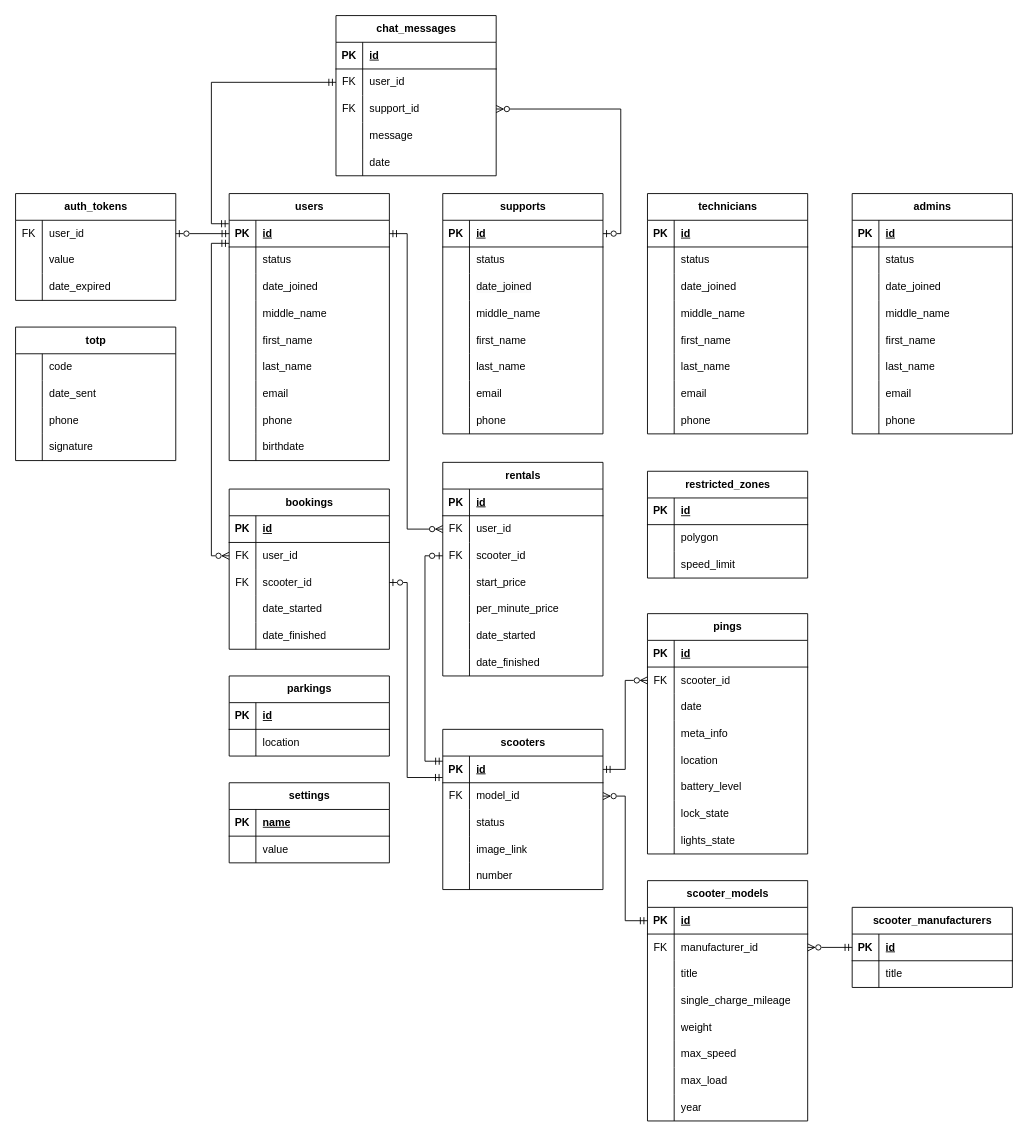
This is docs/inc/img/db.drawio from matveycodes/bmstu-db-cw, a draw.io file, before an edit. Source tidied: cells renumbered, new cells numbered last; positions are measured from the earlier drawing's top-left corner, leaving out a move shared by most shapes. Both pictures are drawn from the tidied source at 89%, with x=0, y=0 at pixel (15, 15).
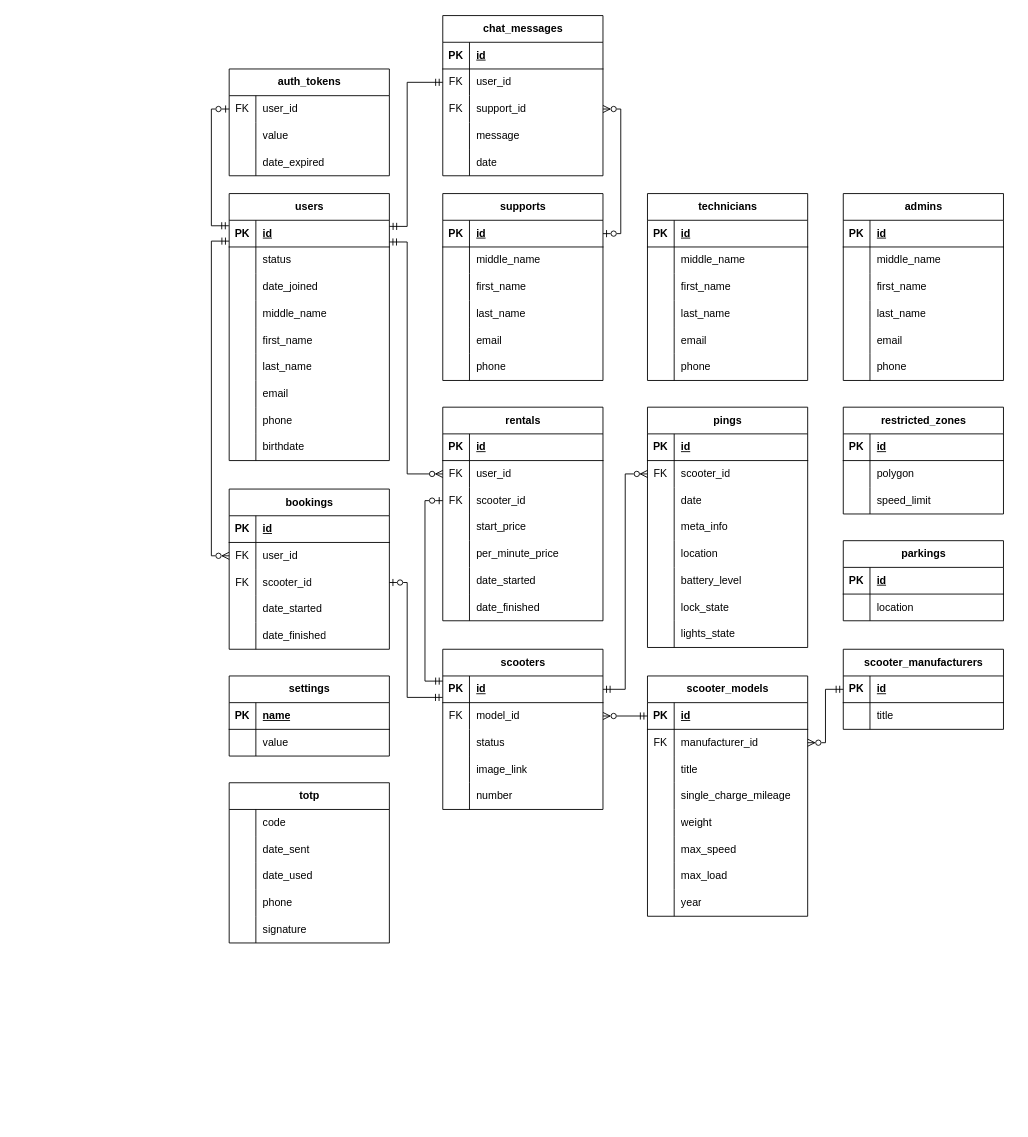
The same page after the edit.

The change refers to these unchanged cells:
```xml
<mxCell id="20" style="shape=tableRow;horizontal=0;startSize=0;swimlaneHead=0;swimlaneBody=0;fillColor=none;points=[[0,0.5],[1,0.5]];portConstraint=eastwest;top=0;left=0;right=0;bottom=1;" parent="19" vertex="1">
  <mxGeometry y="30" width="180" height="30" as="geometry" />
</mxCell>
<mxCell id="64" style="shape=tableRow;horizontal=0;startSize=0;swimlaneHead=0;swimlaneBody=0;fillColor=none;points=[[0,0.5],[1,0.5]];portConstraint=eastwest;top=0;left=0;right=0;bottom=0;" parent="60" vertex="1">
  <mxGeometry y="60" width="180" height="30" as="geometry" />
</mxCell>
<mxCell id="67" style="shape=tableRow;horizontal=0;startSize=0;swimlaneHead=0;swimlaneBody=0;fillColor=none;points=[[0,0.5],[1,0.5]];portConstraint=eastwest;top=0;left=0;right=0;bottom=0;" parent="60" vertex="1">
  <mxGeometry y="90" width="180" height="30" as="geometry" />
</mxCell>
<mxCell id="93" style="shape=tableRow;horizontal=0;startSize=0;swimlaneHead=0;swimlaneBody=0;fillColor=none;points=[[0,0.5],[1,0.5]];portConstraint=eastwest;top=0;left=0;right=0;bottom=0;" parent="89" vertex="1">
  <mxGeometry y="60" width="180" height="30" as="geometry" />
</mxCell>
<mxCell id="96" style="shape=tableRow;horizontal=0;startSize=0;swimlaneHead=0;swimlaneBody=0;fillColor=none;points=[[0,0.5],[1,0.5]];portConstraint=eastwest;top=0;left=0;right=0;bottom=0;" parent="89" vertex="1">
  <mxGeometry y="90" width="180" height="30" as="geometry" />
</mxCell>
<mxCell id="106" style="shape=tableRow;horizontal=0;startSize=0;swimlaneHead=0;swimlaneBody=0;fillColor=none;points=[[0,0.5],[1,0.5]];portConstraint=eastwest;top=0;left=0;right=0;bottom=1;" parent="105" vertex="1">
  <mxGeometry y="30" width="180" height="30" as="geometry" />
</mxCell>
<mxCell id="249" style="shape=tableRow;horizontal=0;startSize=0;swimlaneHead=0;swimlaneBody=0;fillColor=none;points=[[0,0.5],[1,0.5]];portConstraint=eastwest;top=0;left=0;right=0;bottom=0;" parent="245" vertex="1">
  <mxGeometry y="60" width="180" height="30" as="geometry" />
</mxCell>
<mxCell id="267" style="shape=tableRow;horizontal=0;startSize=0;swimlaneHead=0;swimlaneBody=0;fillColor=none;points=[[0,0.5],[1,0.5]];portConstraint=eastwest;top=0;left=0;right=0;bottom=0;" parent="266" vertex="1">
  <mxGeometry y="30" width="180" height="30" as="geometry" />
</mxCell>
```

What changed in the source:
```diff
@@
     <mxCell id="2" value="restricted_zones" style="shape=table;startSize=30;childLayout=tableLayout;rowLines=0;fontStyle=1;align=center;html=1;" parent="1" vertex="1">
-      <mxGeometry x="710" y="512" width="180" height="120" as="geometry" />
+      <mxGeometry x="930" y="440" width="180" height="120" as="geometry" />
     </mxCell>
@@
     <mxCell id="12" value="parkings" style="shape=table;startSize=30;childLayout=tableLayout;rowLines=0;fontStyle=1;align=center;html=1;" parent="1" vertex="1">
-      <mxGeometry x="240" y="742" width="180" height="90" as="geometry" />
+      <mxGeometry x="930" y="590" width="180" height="90" as="geometry" />
     </mxCell>
@@
     <mxCell id="19" value="scooters" style="shape=table;startSize=30;childLayout=tableLayout;rowLines=0;fontStyle=1;align=center;html=1;" parent="1" vertex="1">
-      <mxGeometry x="480" y="802" width="180" height="180" as="geometry" />
+      <mxGeometry x="480" y="712" width="180" height="180" as="geometry" />
     </mxCell>
@@
     <mxCell id="35" value="pings" style="shape=table;startSize=30;childLayout=tableLayout;rowLines=0;fontStyle=1;align=center;html=1;" parent="1" vertex="1">
-      <mxGeometry x="710" y="672" width="180" height="270" as="geometry" />
+      <mxGeometry x="710" y="440" width="180" height="270" as="geometry" />
     </mxCell>
@@
     <mxCell id="60" value="rentals" style="shape=table;startSize=30;childLayout=tableLayout;rowLines=0;fontStyle=1;align=center;html=1;" parent="1" vertex="1">
-      <mxGeometry x="480" y="502" width="180" height="240" as="geometry" />
+      <mxGeometry x="480" y="440" width="180" height="240" as="geometry" />
     </mxCell>
@@
     <mxCell id="82" value="settings" style="shape=table;startSize=30;childLayout=tableLayout;rowLines=0;fontStyle=1;align=center;html=1;" parent="1" vertex="1">
-      <mxGeometry x="240" y="862" width="180" height="90" as="geometry" />
+      <mxGeometry x="240" y="742" width="180" height="90" as="geometry" />
     </mxCell>
@@
     <mxCell id="133" value="scooter_manufacturers" style="shape=table;startSize=30;childLayout=tableLayout;rowLines=0;fontStyle=1;align=center;html=1;" parent="1" vertex="1">
-      <mxGeometry x="940" y="1002" width="180" height="90" as="geometry" />
+      <mxGeometry x="930" y="712" width="180" height="90" as="geometry" />
     </mxCell>
@@
     <mxCell id="140" value="scooter_models" style="shape=table;startSize=30;childLayout=tableLayout;rowLines=0;fontStyle=1;align=center;html=1;" parent="1" vertex="1">
-      <mxGeometry x="710" y="972" width="180" height="270" as="geometry" />
+      <mxGeometry x="710" y="742" width="180" height="270" as="geometry" />
     </mxCell>
@@
     <mxCell id="165" value="supports" style="shape=table;startSize=30;childLayout=tableLayout;rowLines=0;fontStyle=1;align=center;html=1;" parent="1" vertex="1">
-      <mxGeometry x="480" y="200" width="180" height="270" as="geometry" />
+      <mxGeometry x="480" y="200" width="180" height="210" as="geometry" />
     </mxCell>
@@
-    <mxCell id="169" style="shape=tableRow;horizontal=0;startSize=0;swimlaneHead=0;swimlaneBody=0;fillColor=none;top=0;left=0;right=0;bottom=0;" parent="165" vertex="1">
-      <mxGeometry y="60" width="180" height="30" as="geometry" />
-    </mxCell>
-    <mxCell id="170" style="shape=partialRectangle;fillColor=none;top=0;left=0;bottom=0;right=0;overflow=hidden;whiteSpace=wrap;html=1;" parent="169" vertex="1">
-      <mxGeometry width="30" height="30" as="geometry" />
-    </mxCell>
-    <mxCell id="171" value="status" style="shape=partialRectangle;fillColor=none;top=0;left=0;bottom=0;right=0;align=left;spacingLeft=6;overflow=hidden;whiteSpace=wrap;html=1;" parent="169" vertex="1">
-      <mxGeometry x="30" width="150" height="30" as="geometry" />
-    </mxCell>
-    <mxCell id="172" style="shape=tableRow;horizontal=0;startSize=0;swimlaneHead=0;swimlaneBody=0;fillColor=none;top=0;left=0;right=0;bottom=0;" parent="165" vertex="1">
-      <mxGeometry y="90" width="180" height="30" as="geometry" />
-    </mxCell>
-    <mxCell id="173" style="shape=partialRectangle;fillColor=none;top=0;left=0;bottom=0;right=0;overflow=hidden;whiteSpace=wrap;html=1;" parent="172" vertex="1">
-      <mxGeometry width="30" height="30" as="geometry" />
-    </mxCell>
-    <mxCell id="174" value="&lt;span style=&quot;color: rgb(0, 0, 0); font-family: Helvetica; font-size: 12px; font-style: normal; font-variant-ligatures: normal; font-variant-caps: normal; font-weight: 400; letter-spacing: normal; orphans: 2; text-align: left; text-indent: 0px; text-transform: none; widows: 2; word-spacing: 0px; -webkit-text-stroke-width: 0px; background-color: rgb(251, 251, 251); text-decoration-thickness: initial; text-decoration-style: initial; text-decoration-color: initial; float: none; display: inline !important;&quot;&gt;date_joined&lt;/span&gt;" style="shape=partialRectangle;fillColor=none;top=0;left=0;bottom=0;right=0;align=left;spacingLeft=6;overflow=hidden;whiteSpace=wrap;html=1;" parent="172" vertex="1">
-      <mxGeometry x="30" width="150" height="30" as="geometry" />
-    </mxCell>
     <mxCell id="175" style="shape=tableRow;horizontal=0;startSize=0;swimlaneHead=0;swimlaneBody=0;fillColor=none;top=0;left=0;right=0;bottom=0;" parent="165" vertex="1">
-      <mxGeometry y="120" width="180" height="30" as="geometry" />
+      <mxGeometry y="60" width="180" height="30" as="geometry" />
     </mxCell>
@@
     <mxCell id="178" style="shape=tableRow;horizontal=0;startSize=0;swimlaneHead=0;swimlaneBody=0;fillColor=none;top=0;left=0;right=0;bottom=0;" parent="165" vertex="1">
-      <mxGeometry y="150" width="180" height="30" as="geometry" />
+      <mxGeometry y="90" width="180" height="30" as="geometry" />
     </mxCell>
@@
     <mxCell id="181" style="shape=tableRow;horizontal=0;startSize=0;swimlaneHead=0;swimlaneBody=0;fillColor=none;top=0;left=0;right=0;bottom=0;" parent="165" vertex="1">
-      <mxGeometry y="180" width="180" height="30" as="geometry" />
+      <mxGeometry y="120" width="180" height="30" as="geometry" />
     </mxCell>
@@
     <mxCell id="184" style="shape=tableRow;horizontal=0;startSize=0;swimlaneHead=0;swimlaneBody=0;fillColor=none;top=0;left=0;right=0;bottom=0;" parent="165" vertex="1">
-      <mxGeometry y="210" width="180" height="30" as="geometry" />
+      <mxGeometry y="150" width="180" height="30" as="geometry" />
     </mxCell>
@@
     <mxCell id="187" style="shape=tableRow;horizontal=0;startSize=0;swimlaneHead=0;swimlaneBody=0;fillColor=none;top=0;left=0;right=0;bottom=0;" parent="165" vertex="1">
-      <mxGeometry y="240" width="180" height="30" as="geometry" />
+      <mxGeometry y="180" width="180" height="30" as="geometry" />
     </mxCell>
@@
     <mxCell id="190" value="technicians" style="shape=table;startSize=30;childLayout=tableLayout;rowLines=0;fontStyle=1;align=center;html=1;" parent="1" vertex="1">
-      <mxGeometry x="710" y="200" width="180" height="270" as="geometry" />
+      <mxGeometry x="710" y="200" width="180" height="210" as="geometry" />
     </mxCell>
@@
-    <mxCell id="194" style="shape=tableRow;horizontal=0;startSize=0;swimlaneHead=0;swimlaneBody=0;fillColor=none;top=0;left=0;right=0;bottom=0;" parent="190" vertex="1">
-      <mxGeometry y="60" width="180" height="30" as="geometry" />
-    </mxCell>
-    <mxCell id="195" style="shape=partialRectangle;fillColor=none;top=0;left=0;bottom=0;right=0;overflow=hidden;whiteSpace=wrap;html=1;" parent="194" vertex="1">
-      <mxGeometry width="30" height="30" as="geometry" />
-    </mxCell>
-    <mxCell id="196" value="status" style="shape=partialRectangle;fillColor=none;top=0;left=0;bottom=0;right=0;align=left;spacingLeft=6;overflow=hidden;whiteSpace=wrap;html=1;" parent="194" vertex="1">
-      <mxGeometry x="30" width="150" height="30" as="geometry" />
-    </mxCell>
-    <mxCell id="197" style="shape=tableRow;horizontal=0;startSize=0;swimlaneHead=0;swimlaneBody=0;fillColor=none;top=0;left=0;right=0;bottom=0;" parent="190" vertex="1">
-      <mxGeometry y="90" width="180" height="30" as="geometry" />
-    </mxCell>
-    <mxCell id="198" style="shape=partialRectangle;fillColor=none;top=0;left=0;bottom=0;right=0;overflow=hidden;whiteSpace=wrap;html=1;" parent="197" vertex="1">
-      <mxGeometry width="30" height="30" as="geometry" />
-    </mxCell>
-    <mxCell id="199" value="date_joined" style="shape=partialRectangle;fillColor=none;top=0;left=0;bottom=0;right=0;align=left;spacingLeft=6;overflow=hidden;whiteSpace=wrap;html=1;" parent="197" vertex="1">
-      <mxGeometry x="30" width="150" height="30" as="geometry" />
-    </mxCell>
     <mxCell id="200" style="shape=tableRow;horizontal=0;startSize=0;swimlaneHead=0;swimlaneBody=0;fillColor=none;top=0;left=0;right=0;bottom=0;" parent="190" vertex="1">
-      <mxGeometry y="120" width="180" height="30" as="geometry" />
+      <mxGeometry y="60" width="180" height="30" as="geometry" />
     </mxCell>
@@
     <mxCell id="203" style="shape=tableRow;horizontal=0;startSize=0;swimlaneHead=0;swimlaneBody=0;fillColor=none;top=0;left=0;right=0;bottom=0;" parent="190" vertex="1">
-      <mxGeometry y="150" width="180" height="30" as="geometry" />
+      <mxGeometry y="90" width="180" height="30" as="geometry" />
     </mxCell>
@@
     <mxCell id="206" style="shape=tableRow;horizontal=0;startSize=0;swimlaneHead=0;swimlaneBody=0;fillColor=none;top=0;left=0;right=0;bottom=0;" parent="190" vertex="1">
-      <mxGeometry y="180" width="180" height="30" as="geometry" />
+      <mxGeometry y="120" width="180" height="30" as="geometry" />
     </mxCell>
@@
     <mxCell id="209" style="shape=tableRow;horizontal=0;startSize=0;swimlaneHead=0;swimlaneBody=0;fillColor=none;top=0;left=0;right=0;bottom=0;" parent="190" vertex="1">
-      <mxGeometry y="210" width="180" height="30" as="geometry" />
+      <mxGeometry y="150" width="180" height="30" as="geometry" />
     </mxCell>
@@
     <mxCell id="212" style="shape=tableRow;horizontal=0;startSize=0;swimlaneHead=0;swimlaneBody=0;fillColor=none;top=0;left=0;right=0;bottom=0;" parent="190" vertex="1">
-      <mxGeometry y="240" width="180" height="30" as="geometry" />
+      <mxGeometry y="180" width="180" height="30" as="geometry" />
     </mxCell>
@@
     <mxCell id="215" value="admins" style="shape=table;startSize=30;childLayout=tableLayout;rowLines=0;fontStyle=1;align=center;html=1;" parent="1" vertex="1">
-      <mxGeometry x="940" y="200" width="180" height="270" as="geometry" />
+      <mxGeometry x="930" y="200" width="180" height="210" as="geometry" />
     </mxCell>
@@
-    <mxCell id="219" style="shape=tableRow;horizontal=0;startSize=0;swimlaneHead=0;swimlaneBody=0;fillColor=none;top=0;left=0;right=0;bottom=0;" parent="215" vertex="1">
-      <mxGeometry y="60" width="180" height="30" as="geometry" />
-    </mxCell>
-    <mxCell id="220" style="shape=partialRectangle;fillColor=none;top=0;left=0;bottom=0;right=0;overflow=hidden;whiteSpace=wrap;html=1;" parent="219" vertex="1">
-      <mxGeometry width="30" height="30" as="geometry" />
-    </mxCell>
-    <mxCell id="221" value="status" style="shape=partialRectangle;fillColor=none;top=0;left=0;bottom=0;right=0;align=left;spacingLeft=6;overflow=hidden;whiteSpace=wrap;html=1;" parent="219" vertex="1">
-      <mxGeometry x="30" width="150" height="30" as="geometry" />
-    </mxCell>
-    <mxCell id="222" style="shape=tableRow;horizontal=0;startSize=0;swimlaneHead=0;swimlaneBody=0;fillColor=none;top=0;left=0;right=0;bottom=0;" parent="215" vertex="1">
-      <mxGeometry y="90" width="180" height="30" as="geometry" />
-    </mxCell>
-    <mxCell id="223" style="shape=partialRectangle;fillColor=none;top=0;left=0;bottom=0;right=0;overflow=hidden;whiteSpace=wrap;html=1;" parent="222" vertex="1">
-      <mxGeometry width="30" height="30" as="geometry" />
-    </mxCell>
-    <mxCell id="224" value="date_joined" style="shape=partialRectangle;fillColor=none;top=0;left=0;bottom=0;right=0;align=left;spacingLeft=6;overflow=hidden;whiteSpace=wrap;html=1;" parent="222" vertex="1">
-      <mxGeometry x="30" width="150" height="30" as="geometry" />
-    </mxCell>
     <mxCell id="225" style="shape=tableRow;horizontal=0;startSize=0;swimlaneHead=0;swimlaneBody=0;fillColor=none;top=0;left=0;right=0;bottom=0;" parent="215" vertex="1">
-      <mxGeometry y="120" width="180" height="30" as="geometry" />
+      <mxGeometry y="60" width="180" height="30" as="geometry" />
     </mxCell>
@@
     <mxCell id="228" style="shape=tableRow;horizontal=0;startSize=0;swimlaneHead=0;swimlaneBody=0;fillColor=none;top=0;left=0;right=0;bottom=0;" parent="215" vertex="1">
-      <mxGeometry y="150" width="180" height="30" as="geometry" />
+      <mxGeometry y="90" width="180" height="30" as="geometry" />
     </mxCell>
@@
     <mxCell id="231" style="shape=tableRow;horizontal=0;startSize=0;swimlaneHead=0;swimlaneBody=0;fillColor=none;top=0;left=0;right=0;bottom=0;" parent="215" vertex="1">
-      <mxGeometry y="180" width="180" height="30" as="geometry" />
+      <mxGeometry y="120" width="180" height="30" as="geometry" />
     </mxCell>
@@
     <mxCell id="234" style="shape=tableRow;horizontal=0;startSize=0;swimlaneHead=0;swimlaneBody=0;fillColor=none;top=0;left=0;right=0;bottom=0;" parent="215" vertex="1">
-      <mxGeometry y="210" width="180" height="30" as="geometry" />
+      <mxGeometry y="150" width="180" height="30" as="geometry" />
     </mxCell>
@@
     <mxCell id="237" style="shape=tableRow;horizontal=0;startSize=0;swimlaneHead=0;swimlaneBody=0;fillColor=none;top=0;left=0;right=0;bottom=0;" parent="215" vertex="1">
-      <mxGeometry y="240" width="180" height="30" as="geometry" />
+      <mxGeometry y="180" width="180" height="30" as="geometry" />
     </mxCell>
@@
     <mxCell id="242" style="edgeStyle=orthogonalEdgeStyle;rounded=0;jettySize=auto;html=1;exitX=1;exitY=0.5;exitDx=0;exitDy=0;entryX=-0.001;entryY=0.804;entryDx=0;entryDy=0;endArrow=ERmandOne;endFill=0;startArrow=ERzeroToOne;startFill=0;entryPerimeter=0;" parent="1" edge="1" source="96" target="20">
       <mxGeometry relative="1" as="geometry">
         <Array as="points">
           <mxPoint x="440" y="637" />
-          <mxPoint x="440" y="856" />
+          <mxPoint x="440" y="766" />
         </Array>
       </mxGeometry>
     </mxCell>
-    <mxCell id="243" style="edgeStyle=orthogonalEdgeStyle;rounded=0;jettySize=auto;html=1;exitX=0;exitY=0.5;exitDx=0;exitDy=0;entryX=-0.001;entryY=0.864;entryDx=0;entryDy=0;endArrow=ERmandOne;endFill=0;startArrow=ERzeroToMany;startFill=0;entryPerimeter=0;" parent="1" edge="1" source="93" target="106">
+    <mxCell id="243" style="edgeStyle=orthogonalEdgeStyle;rounded=0;jettySize=auto;html=1;exitX=0;exitY=0.5;exitDx=0;exitDy=0;entryX=-0.001;entryY=0.781;entryDx=0;entryDy=0;endArrow=ERmandOne;endFill=0;startArrow=ERzeroToMany;startFill=0;entryPerimeter=0;" parent="1" edge="1" source="93" target="106">
       <mxGeometry relative="1" as="geometry" />
     </mxCell>
@@
     <mxCell id="245" value="chat_messages" style="shape=table;startSize=30;childLayout=tableLayout;rowLines=0;fontStyle=1;align=center;html=1;" parent="1" vertex="1">
-      <mxGeometry x="360" width="180" height="180" as="geometry" />
+      <mxGeometry x="480" width="180" height="180" as="geometry" />
     </mxCell>
@@
-    <mxCell id="261" style="edgeStyle=orthogonalEdgeStyle;rounded=0;jettySize=auto;html=1;exitX=0;exitY=0.5;exitDx=0;exitDy=0;entryX=-0.003;entryY=0.129;entryDx=0;entryDy=0;entryPerimeter=0;endArrow=ERmandOne;endFill=0;startArrow=ERmandOne;startFill=0;" parent="1" edge="1" source="249" target="106">
-      <mxGeometry relative="1" as="geometry" />
+    <mxCell id="261" style="edgeStyle=orthogonalEdgeStyle;rounded=0;jettySize=auto;html=1;exitX=0;exitY=0.5;exitDx=0;exitDy=0;entryX=1.001;entryY=0.229;entryDx=0;entryDy=0;entryPerimeter=0;endArrow=ERmandOne;endFill=0;startArrow=ERmandOne;startFill=0;" parent="1" edge="1" source="249" target="106">
+      <mxGeometry relative="1" as="geometry">
+        <Array as="points">
+          <mxPoint x="440" y="75" />
+          <mxPoint x="440" y="237" />
+        </Array>
+      </mxGeometry>
     </mxCell>
@@
     <mxCell id="263" style="edgeStyle=orthogonalEdgeStyle;rounded=0;jettySize=auto;html=1;exitX=0;exitY=0.5;exitDx=0;exitDy=0;entryX=0;entryY=0.193;entryDx=0;entryDy=0;entryPerimeter=0;endArrow=ERmandOne;endFill=0;startArrow=ERzeroToOne;startFill=0;" parent="1" edge="1" source="67" target="20">
       <mxGeometry relative="1" as="geometry">
         <Array as="points">
-          <mxPoint x="460" y="607" />
-          <mxPoint x="460" y="838" />
+          <mxPoint x="460" y="545" />
+          <mxPoint x="460" y="748" />
         </Array>
       </mxGeometry>
     </mxCell>
-    <mxCell id="264" style="edgeStyle=orthogonalEdgeStyle;rounded=0;jettySize=auto;html=1;exitX=1;exitY=0.5;exitDx=0;exitDy=0;entryX=0;entryY=0.5;entryDx=0;entryDy=0;startArrow=ERmandOne;startFill=0;endArrow=ERzeroToMany;endFill=0;" parent="1" edge="1" source="106" target="64">
+    <mxCell id="264" style="edgeStyle=orthogonalEdgeStyle;rounded=0;jettySize=auto;html=1;exitX=1;exitY=0.813;exitDx=0;exitDy=0;entryX=0;entryY=0.5;entryDx=0;entryDy=0;startArrow=ERmandOne;startFill=0;endArrow=ERzeroToMany;endFill=0;exitPerimeter=0;" parent="1" edge="1" source="106" target="64">
       <mxGeometry relative="1" as="geometry">
         <Array as="points">
-          <mxPoint x="440" y="245" />
-          <mxPoint x="440" y="577" />
+          <mxPoint x="440" y="254" />
+          <mxPoint x="440" y="515" />
         </Array>
       </mxGeometry>
     </mxCell>
-    <mxCell id="265" style="edgeStyle=orthogonalEdgeStyle;rounded=0;jettySize=auto;html=1;exitX=1;exitY=0.5;exitDx=0;exitDy=0;entryX=0;entryY=0.5;entryDx=0;entryDy=0;endArrow=ERmandOne;endFill=0;startArrow=ERzeroToOne;startFill=0;" parent="1" edge="1" source="267" target="106">
+    <mxCell id="265" style="edgeStyle=orthogonalEdgeStyle;rounded=0;jettySize=auto;html=1;exitX=0;exitY=0.5;exitDx=0;exitDy=0;entryX=-0.002;entryY=0.205;entryDx=0;entryDy=0;endArrow=ERmandOne;endFill=0;startArrow=ERzeroToOne;startFill=0;entryPerimeter=0;" parent="1" edge="1" source="267" target="106">
       <mxGeometry relative="1" as="geometry" />
     </mxCell>
     <mxCell id="266" value="auth_tokens" style="shape=table;startSize=30;childLayout=tableLayout;rowLines=0;fontStyle=1;align=center;html=1;" parent="1" vertex="1">
-      <mxGeometry y="200" width="180" height="120" as="geometry" />
+      <mxGeometry x="240" y="60" width="180" height="120" as="geometry" />
     </mxCell>
@@
     <mxCell id="276" value="totp" style="shape=table;startSize=30;childLayout=tableLayout;rowLines=0;fontStyle=1;align=center;html=1;" parent="1" vertex="1">
-      <mxGeometry y="350" width="180" height="150" as="geometry" />
+      <mxGeometry x="240" y="862" width="180" height="180" as="geometry" />
     </mxCell>
@@
+    <mxCell id="289" style="shape=tableRow;horizontal=0;startSize=0;swimlaneHead=0;swimlaneBody=0;fillColor=none;top=0;left=0;right=0;bottom=0;" parent="276" vertex="1">
+      <mxGeometry y="90" width="180" height="30" as="geometry" />
+    </mxCell>
+    <mxCell id="290" style="shape=partialRectangle;fillColor=none;top=0;left=0;bottom=0;right=0;overflow=hidden;whiteSpace=wrap;html=1;" parent="289" vertex="1">
+      <mxGeometry width="30" height="30" as="geometry" />
+    </mxCell>
+    <mxCell id="291" value="date_used" style="shape=partialRectangle;fillColor=none;top=0;left=0;bottom=0;right=0;align=left;spacingLeft=6;overflow=hidden;whiteSpace=wrap;html=1;" parent="289" vertex="1">
+      <mxGeometry x="30" width="150" height="30" as="geometry" />
+    </mxCell>
     <mxCell id="283" style="shape=tableRow;horizontal=0;startSize=0;swimlaneHead=0;swimlaneBody=0;fillColor=none;top=0;left=0;right=0;bottom=0;" parent="276" vertex="1">
-      <mxGeometry y="90" width="180" height="30" as="geometry" />
+      <mxGeometry y="120" width="180" height="30" as="geometry" />
     </mxCell>
@@
     <mxCell id="286" style="shape=tableRow;horizontal=0;startSize=0;swimlaneHead=0;swimlaneBody=0;fillColor=none;top=0;left=0;right=0;bottom=0;" parent="276" vertex="1">
-      <mxGeometry y="120" width="180" height="30" as="geometry" />
+      <mxGeometry y="150" width="180" height="30" as="geometry" />
     </mxCell>
```
